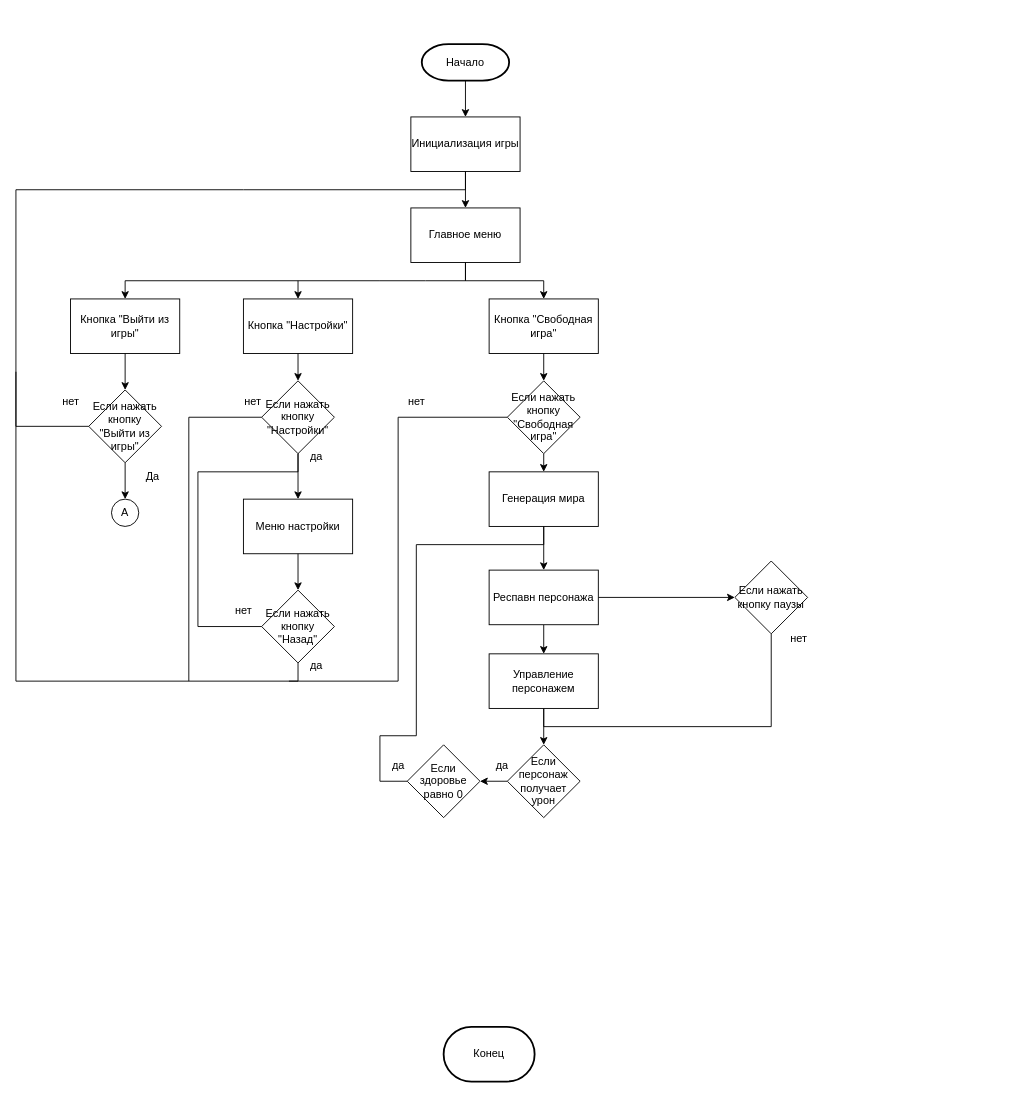
Above: Блок-схема.drawio in BatCatRus/Spelled_Blood (draw.io), before the change. Source tidied: cells renumbered, new cells numbered last; positions are measured from the earlier drawing's top-left corner, leaving out a move shared by most shapes. Both pictures are drawn from the tidied source at 91%, with x=0, y=0 at pixel (15, 44).
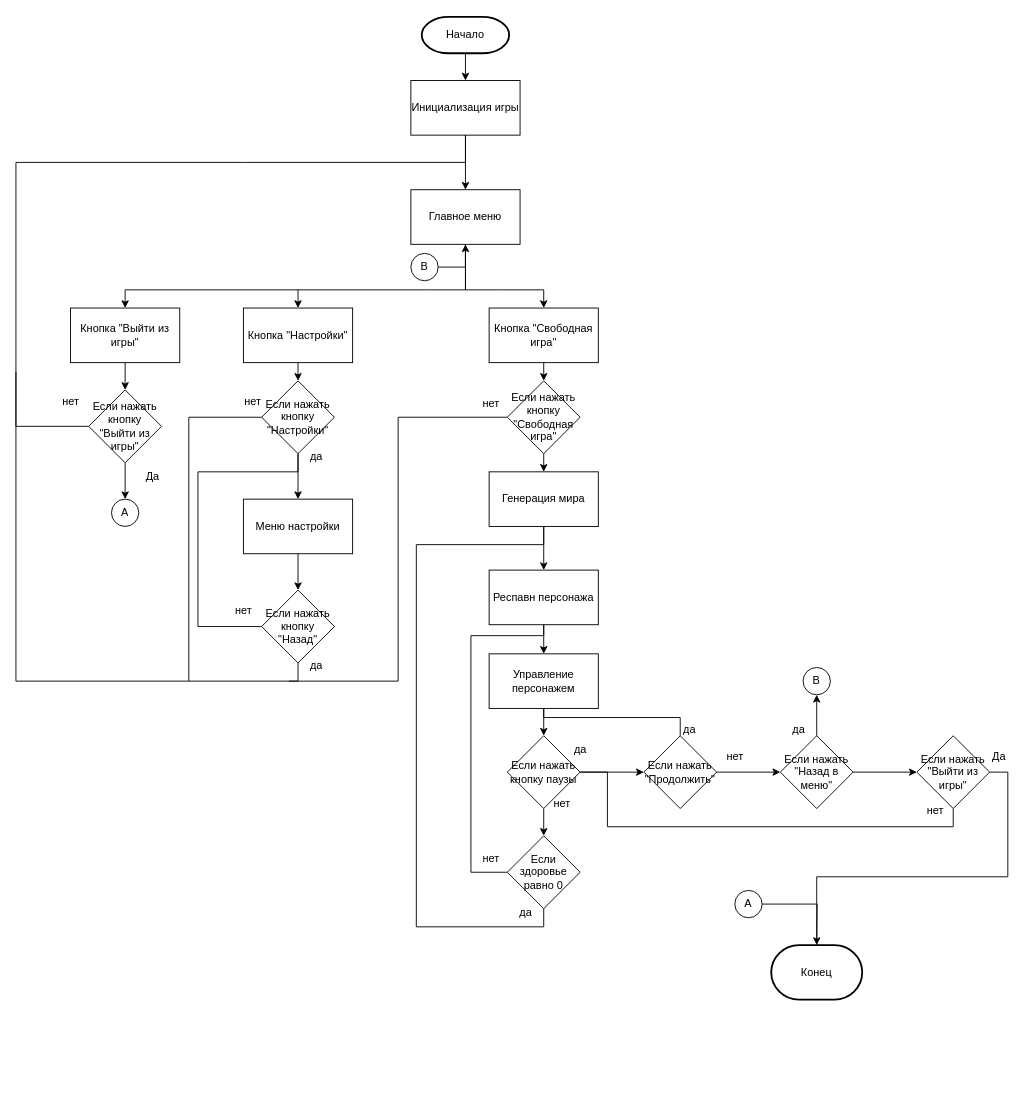
The same page after the edit.

Unchanged cells that the change refers to:
```xml
<mxCell id="13" value="Если нажать кнопку &quot;Выйти из игры&quot;" style="rhombus;whiteSpace=wrap;html=1;" parent="1" vertex="1">
  <mxGeometry x="80" y="380" width="80" height="80" as="geometry" />
</mxCell>
<mxCell id="40" value="Генерация мира" style="rounded=0;whiteSpace=wrap;html=1;" parent="1" vertex="1">
  <mxGeometry x="520" y="470" width="120" height="60" as="geometry" />
</mxCell>
<mxCell id="43" value="Респавн персонажа" style="rounded=0;whiteSpace=wrap;html=1;" parent="1" vertex="1">
  <mxGeometry x="520" y="578" width="120" height="60" as="geometry" />
</mxCell>
<mxCell id="47" value="Управление персонажем" style="rounded=0;whiteSpace=wrap;html=1;" parent="1" vertex="1">
  <mxGeometry x="520" y="670" width="120" height="60" as="geometry" />
</mxCell>
```

What changed in the source:
```diff
@@
     <mxCell id="2" value="Начало" style="strokeWidth=2;html=1;shape=mxgraph.flowchart.terminator;whiteSpace=wrap;" parent="1" vertex="1">
-      <mxGeometry x="446" width="96" height="40" as="geometry" />
+      <mxGeometry x="446" y="-30" width="96" height="40" as="geometry" />
     </mxCell>
@@
     <mxCell id="4" value="Инициализация игры" style="rounded=0;whiteSpace=wrap;html=1;" parent="1" vertex="1">
-      <mxGeometry x="434" y="80" width="120" height="60" as="geometry" />
+      <mxGeometry x="434" y="40" width="120" height="60" as="geometry" />
     </mxCell>
     <mxCell id="5" value="Главное меню" style="rounded=0;whiteSpace=wrap;html=1;" parent="1" vertex="1">
-      <mxGeometry x="434" y="180" width="120" height="60" as="geometry" />
+      <mxGeometry x="434" y="160" width="120" height="60" as="geometry" />
     </mxCell>
@@
     <mxCell id="7" value="Кнопка &quot;Настройки&quot;" style="rounded=0;whiteSpace=wrap;html=1;" parent="1" vertex="1">
-      <mxGeometry x="250" y="280" width="120" height="60" as="geometry" />
+      <mxGeometry x="250" y="290" width="120" height="60" as="geometry" />
     </mxCell>
     <mxCell id="8" value="Кнопка &quot;Свободная игра&quot;" style="rounded=0;whiteSpace=wrap;html=1;" parent="1" vertex="1">
-      <mxGeometry x="520" y="280" width="120" height="60" as="geometry" />
+      <mxGeometry x="520" y="290" width="120" height="60" as="geometry" />
     </mxCell>
     <mxCell id="9" value="Кнопка &quot;Выйти из игры&quot;" style="rounded=0;whiteSpace=wrap;html=1;" parent="1" vertex="1">
-      <mxGeometry x="60" y="280" width="120" height="60" as="geometry" />
+      <mxGeometry x="60" y="290" width="120" height="60" as="geometry" />
     </mxCell>
     <mxCell id="10" style="endArrow=classic;html=1;rounded=0;entryX=0.5;entryY=0;entryDx=0;entryDy=0;exitX=0.5;exitY=1;exitDx=0;exitDy=0;" parent="1" edge="1" source="5" target="8">
       <mxGeometry relative="1" as="geometry">
         <Array as="points">
-          <mxPoint x="494" y="260" />
-          <mxPoint x="580" y="260" />
+          <mxPoint x="494" y="270" />
+          <mxPoint x="530" y="270" />
+          <mxPoint x="580" y="270" />
         </Array>
       </mxGeometry>
     </mxCell>
     <mxCell id="11" style="endArrow=classic;html=1;rounded=0;entryX=0.5;entryY=0;entryDx=0;entryDy=0;startSize=5;exitX=0.5;exitY=1;exitDx=0;exitDy=0;" parent="1" edge="1" source="5" target="7">
       <mxGeometry relative="1" as="geometry">
         <Array as="points">
-          <mxPoint x="494" y="260" />
-          <mxPoint x="450" y="260" />
-          <mxPoint x="400" y="260" />
-          <mxPoint x="310" y="260" />
+          <mxPoint x="494" y="270" />
+          <mxPoint x="450" y="270" />
+          <mxPoint x="400" y="270" />
+          <mxPoint x="310" y="270" />
         </Array>
       </mxGeometry>
     </mxCell>
     <mxCell id="12" style="endArrow=classic;html=1;rounded=0;entryX=0.5;entryY=0;entryDx=0;entryDy=0;" parent="1" edge="1" target="9">
       <mxGeometry relative="1" as="geometry">
-        <mxPoint x="310" y="260" as="sourcePoint" />
+        <mxPoint x="310" y="270" as="sourcePoint" />
         <Array as="points">
-          <mxPoint x="120" y="260" />
+          <mxPoint x="210" y="270" />
+          <mxPoint x="120" y="270" />
         </Array>
       </mxGeometry>
     </mxCell>
@@
     <mxCell id="15" style="endArrow=none;html=1;rounded=0;exitX=0;exitY=0.5;exitDx=0;exitDy=0;entryX=0.5;entryY=1;entryDx=0;entryDy=0;endFill=0;" parent="1" edge="1" source="13" target="4">
       <mxGeometry relative="1" as="geometry">
         <Array as="points">
           <mxPoint y="420" />
-          <mxPoint y="160" />
-          <mxPoint x="250" y="160" />
-          <mxPoint x="494" y="160" />
+          <mxPoint y="130" />
+          <mxPoint x="250" y="130" />
+          <mxPoint x="494" y="130" />
         </Array>
       </mxGeometry>
     </mxCell>
     <mxCell id="16" value="Конец" style="strokeWidth=2;html=1;shape=mxgraph.flowchart.terminator;whiteSpace=wrap;direction=west;" parent="1" vertex="1">
-      <mxGeometry x="470" y="1080" width="100" height="60" as="geometry" />
+      <mxGeometry x="830" y="990" width="100" height="60" as="geometry" />
     </mxCell>
@@
     <mxCell id="38" value="нет" style="text;html=1;align=center;verticalAlign=middle;strokeColor=none;fillColor=none;" parent="1" vertex="1">
-      <mxGeometry x="420" y="378" width="40" height="30" as="geometry" />
+      <mxGeometry x="502" y="380" width="40" height="30" as="geometry" />
     </mxCell>
@@
-    <mxCell id="41" style="edgeStyle=orthogonalEdgeStyle;rounded=0;jettySize=auto;html=1;exitX=1;exitY=0.5;exitDx=0;exitDy=0;entryX=0;entryY=0.5;entryDx=0;entryDy=0;" parent="1" edge="1" source="43" target="45">
-      <mxGeometry relative="1" as="geometry" />
-    </mxCell>
@@
-    <mxCell id="44" style="edgeStyle=orthogonalEdgeStyle;rounded=0;jettySize=auto;html=1;exitX=0.5;exitY=1;exitDx=0;exitDy=0;entryX=0.5;entryY=1;entryDx=0;entryDy=0;endArrow=none;endFill=0;" parent="1" edge="1" source="45" target="47">
-      <mxGeometry relative="1" as="geometry" />
-    </mxCell>
+    <mxCell id="55" style="edgeStyle=orthogonalEdgeStyle;rounded=0;jettySize=auto;html=1;exitX=0.5;exitY=1;exitDx=0;exitDy=0;entryX=0.5;entryY=0;entryDx=0;entryDy=0;" parent="1" edge="1" source="45" target="52">
+      <mxGeometry relative="1" as="geometry" />
+    </mxCell>
+    <mxCell id="56" style="edgeStyle=orthogonalEdgeStyle;rounded=0;jettySize=auto;html=1;exitX=1;exitY=0.5;exitDx=0;exitDy=0;entryX=0;entryY=0.5;entryDx=0;entryDy=0;" parent="1" edge="1" source="45" target="63">
+      <mxGeometry relative="1" as="geometry" />
+    </mxCell>
     <mxCell id="45" value="Если нажать кнопку паузы" style="rhombus;whiteSpace=wrap;html=1;" parent="1" vertex="1">
-      <mxGeometry x="790" y="568" width="80" height="80" as="geometry" />
+      <mxGeometry x="540" y="760" width="80" height="80" as="geometry" />
     </mxCell>
-    <mxCell id="46" style="edgeStyle=orthogonalEdgeStyle;rounded=0;jettySize=auto;html=1;exitX=0.5;exitY=1;exitDx=0;exitDy=0;" parent="1" edge="1" source="47" target="50">
-      <mxGeometry relative="1" as="geometry" />
-    </mxCell>
+    <mxCell id="57" style="edgeStyle=orthogonalEdgeStyle;rounded=0;jettySize=auto;html=1;exitX=0.5;exitY=1;exitDx=0;exitDy=0;entryX=0.5;entryY=0;entryDx=0;entryDy=0;" parent="1" edge="1" source="47" target="45">
+      <mxGeometry relative="1" as="geometry" />
+    </mxCell>
@@
-    <mxCell id="48" value="нет" style="text;html=1;align=center;verticalAlign=middle;strokeColor=none;fillColor=none;" parent="1" vertex="1">
-      <mxGeometry x="840" y="638" width="40" height="30" as="geometry" />
+    <mxCell id="48" value="да" style="text;html=1;align=center;verticalAlign=middle;strokeColor=none;fillColor=none;" parent="1" vertex="1">
+      <mxGeometry x="600" y="760" width="40" height="30" as="geometry" />
     </mxCell>
-    <mxCell id="49" style="edgeStyle=orthogonalEdgeStyle;rounded=0;jettySize=auto;html=1;exitX=0;exitY=0.5;exitDx=0;exitDy=0;entryX=1;entryY=0.5;entryDx=0;entryDy=0;" parent="1" edge="1" source="50" target="52">
-      <mxGeometry relative="1" as="geometry" />
-    </mxCell>
-    <mxCell id="50" value="Если персонаж получает урон" style="rhombus;whiteSpace=wrap;html=1;" parent="1" vertex="1">
-      <mxGeometry x="540" y="770" width="80" height="80" as="geometry" />
-    </mxCell>
-    <mxCell id="51" style="edgeStyle=orthogonalEdgeStyle;rounded=0;jettySize=auto;html=1;exitX=0;exitY=0.5;exitDx=0;exitDy=0;entryX=0.5;entryY=1;entryDx=0;entryDy=0;endArrow=none;endFill=0;" parent="1" edge="1" source="52" target="40">
+    <mxCell id="51" style="edgeStyle=orthogonalEdgeStyle;rounded=0;jettySize=auto;html=1;exitX=0.5;exitY=1;exitDx=0;exitDy=0;entryX=0.5;entryY=1;entryDx=0;entryDy=0;endArrow=none;endFill=0;" parent="1" edge="1" source="52" target="40">
       <mxGeometry relative="1" as="geometry">
         <Array as="points">
-          <mxPoint x="400" y="810" />
-          <mxPoint x="400" y="760" />
-          <mxPoint x="440" y="760" />
+          <mxPoint x="580" y="970" />
+          <mxPoint x="440" y="970" />
           <mxPoint x="440" y="550" />
           <mxPoint x="580" y="550" />
         </Array>
       </mxGeometry>
     </mxCell>
+    <mxCell id="58" style="edgeStyle=orthogonalEdgeStyle;rounded=0;jettySize=auto;html=1;exitX=0;exitY=0.5;exitDx=0;exitDy=0;entryX=0.5;entryY=1;entryDx=0;entryDy=0;endArrow=none;endFill=0;" parent="1" edge="1" source="52" target="43">
+      <mxGeometry relative="1" as="geometry">
+        <Array as="points">
+          <mxPoint x="500" y="910" />
+          <mxPoint x="500" y="650" />
+          <mxPoint x="580" y="650" />
+        </Array>
+      </mxGeometry>
+    </mxCell>
     <mxCell id="52" value="Если здоровье равно 0" style="rhombus;whiteSpace=wrap;html=1;" parent="1" vertex="1">
-      <mxGeometry x="430" y="770" width="80" height="80" as="geometry" />
+      <mxGeometry x="540" y="870" width="80" height="80" as="geometry" />
     </mxCell>
     <mxCell id="53" value="да" style="text;html=1;align=center;verticalAlign=middle;strokeColor=none;fillColor=none;" parent="1" vertex="1">
-      <mxGeometry x="400" y="778" width="40" height="30" as="geometry" />
+      <mxGeometry x="540" y="940" width="40" height="30" as="geometry" />
     </mxCell>
-    <mxCell id="54" value="да" style="text;html=1;align=center;verticalAlign=middle;strokeColor=none;fillColor=none;" parent="1" vertex="1">
-      <mxGeometry x="514" y="778" width="40" height="30" as="geometry" />
-    </mxCell>
+    <mxCell id="59" value="нет" style="text;html=1;align=center;verticalAlign=middle;strokeColor=none;fillColor=none;" parent="1" vertex="1">
+      <mxGeometry x="580" y="820" width="40" height="30" as="geometry" />
+    </mxCell>
+    <mxCell id="60" value="нет" style="text;html=1;align=center;verticalAlign=middle;strokeColor=none;fillColor=none;" parent="1" vertex="1">
+      <mxGeometry x="502" y="880" width="40" height="30" as="geometry" />
+    </mxCell>
+    <mxCell id="61" style="edgeStyle=orthogonalEdgeStyle;rounded=0;jettySize=auto;html=1;exitX=0.5;exitY=0;exitDx=0;exitDy=0;entryX=0.5;entryY=1;entryDx=0;entryDy=0;endArrow=none;endFill=0;" parent="1" edge="1" source="63" target="47">
+      <mxGeometry relative="1" as="geometry">
+        <Array as="points">
+          <mxPoint x="730" y="740" />
+          <mxPoint x="580" y="740" />
+        </Array>
+      </mxGeometry>
+    </mxCell>
+    <mxCell id="62" style="edgeStyle=orthogonalEdgeStyle;rounded=0;jettySize=auto;html=1;" parent="1" edge="1" source="63" target="66">
+      <mxGeometry relative="1" as="geometry" />
+    </mxCell>
+    <mxCell id="63" value="Если нажать &quot;Продолжить&quot;" style="rhombus;whiteSpace=wrap;html=1;" parent="1" vertex="1">
+      <mxGeometry x="690" y="760" width="80" height="80" as="geometry" />
+    </mxCell>
+    <mxCell id="64" style="edgeStyle=orthogonalEdgeStyle;rounded=0;jettySize=auto;html=1;exitX=1;exitY=0.5;exitDx=0;exitDy=0;entryX=0;entryY=0.5;entryDx=0;entryDy=0;" parent="1" edge="1" source="66" target="69">
+      <mxGeometry relative="1" as="geometry" />
+    </mxCell>
+    <mxCell id="65" style="edgeStyle=orthogonalEdgeStyle;rounded=0;jettySize=auto;html=1;exitX=0.5;exitY=0;exitDx=0;exitDy=0;entryX=0.5;entryY=1;entryDx=0;entryDy=0;" parent="1" edge="1" source="66" target="71">
+      <mxGeometry relative="1" as="geometry" />
+    </mxCell>
+    <mxCell id="66" value="Если нажать &quot;Назад в меню&quot;" style="rhombus;whiteSpace=wrap;html=1;" parent="1" vertex="1">
+      <mxGeometry x="840" y="760" width="80" height="80" as="geometry" />
+    </mxCell>
+    <mxCell id="67" style="edgeStyle=orthogonalEdgeStyle;rounded=0;jettySize=auto;html=1;exitX=0.5;exitY=1;exitDx=0;exitDy=0;entryX=1;entryY=0.5;entryDx=0;entryDy=0;endArrow=none;endFill=0;" parent="1" edge="1" source="69" target="45">
+      <mxGeometry relative="1" as="geometry">
+        <Array as="points">
+          <mxPoint x="1030" y="860" />
+          <mxPoint x="650" y="860" />
+          <mxPoint x="650" y="800" />
+        </Array>
+      </mxGeometry>
+    </mxCell>
+    <mxCell id="68" style="edgeStyle=orthogonalEdgeStyle;rounded=0;jettySize=auto;html=1;exitX=1;exitY=0.5;exitDx=0;exitDy=0;entryX=0.5;entryY=1;entryDx=0;entryDy=0;entryPerimeter=0;" parent="1" edge="1" source="69" target="16">
+      <mxGeometry relative="1" as="geometry" />
+    </mxCell>
+    <mxCell id="69" value="Если нажать &quot;Выйти из игры&quot;" style="rhombus;whiteSpace=wrap;html=1;" parent="1" vertex="1">
+      <mxGeometry x="990" y="760" width="80" height="80" as="geometry" />
+    </mxCell>
+    <mxCell id="70" value="да" style="text;html=1;align=center;verticalAlign=middle;strokeColor=none;fillColor=none;" parent="1" vertex="1">
+      <mxGeometry x="720" y="738" width="40" height="30" as="geometry" />
+    </mxCell>
+    <mxCell id="71" value="В" style="ellipse;whiteSpace=wrap;html=1;" parent="1" vertex="1">
+      <mxGeometry x="865" y="685" width="30" height="30" as="geometry" />
+    </mxCell>
+    <mxCell id="72" value="да" style="text;html=1;align=center;verticalAlign=middle;strokeColor=none;fillColor=none;" parent="1" vertex="1">
+      <mxGeometry x="840" y="738" width="40" height="30" as="geometry" />
+    </mxCell>
+    <mxCell id="73" value="нет" style="text;html=1;align=center;verticalAlign=middle;strokeColor=none;fillColor=none;" parent="1" vertex="1">
+      <mxGeometry x="770" y="768" width="40" height="30" as="geometry" />
+    </mxCell>
+    <mxCell id="74" value="нет" style="text;html=1;align=center;verticalAlign=middle;strokeColor=none;fillColor=none;" parent="1" vertex="1">
+      <mxGeometry x="990" y="828" width="40" height="30" as="geometry" />
+    </mxCell>
+    <mxCell id="75" style="edgeStyle=orthogonalEdgeStyle;rounded=0;jettySize=auto;html=1;exitX=1;exitY=0.5;exitDx=0;exitDy=0;endArrow=none;endFill=0;" parent="1" edge="1" source="76">
+      <mxGeometry relative="1" as="geometry">
+        <mxPoint x="880" y="990" as="targetPoint" />
+      </mxGeometry>
+    </mxCell>
+    <mxCell id="76" value="А" style="ellipse;whiteSpace=wrap;html=1;" parent="1" vertex="1">
+      <mxGeometry x="790" y="930" width="30" height="30" as="geometry" />
+    </mxCell>
+    <mxCell id="77" style="edgeStyle=orthogonalEdgeStyle;rounded=0;jettySize=auto;html=1;exitX=1;exitY=0.5;exitDx=0;exitDy=0;entryX=0.5;entryY=1;entryDx=0;entryDy=0;" parent="1" edge="1" source="78" target="5">
+      <mxGeometry relative="1" as="geometry" />
+    </mxCell>
+    <mxCell id="78" value="В" style="ellipse;whiteSpace=wrap;html=1;" parent="1" vertex="1">
+      <mxGeometry x="434" y="230" width="30" height="30" as="geometry" />
+    </mxCell>
+    <mxCell id="79" value="Да" style="text;html=1;align=center;verticalAlign=middle;strokeColor=none;fillColor=none;" parent="1" vertex="1">
+      <mxGeometry x="1060" y="768" width="40" height="30" as="geometry" />
+    </mxCell>
```
